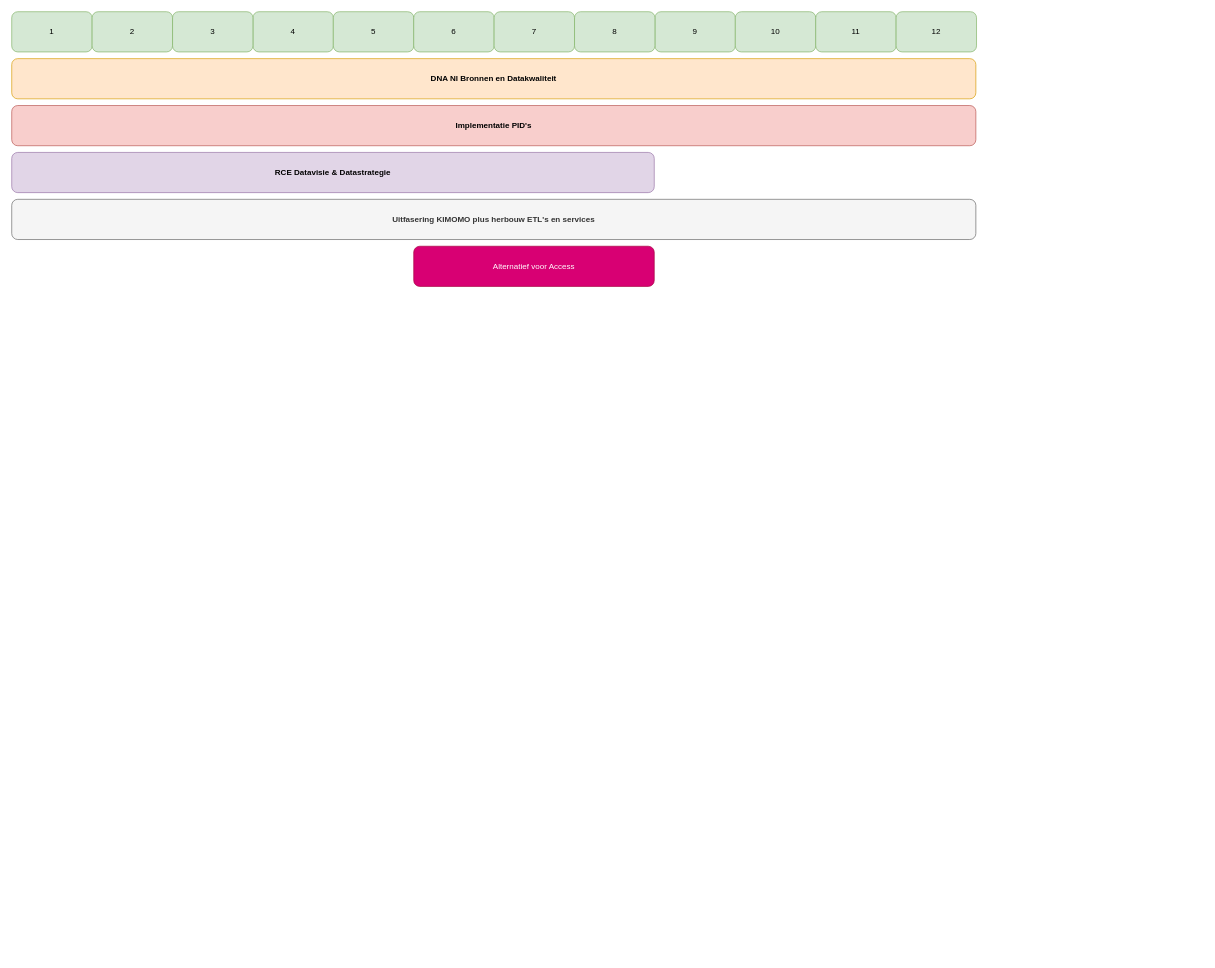
Earlier version of the draw.io diagram schema2026.drawio (cultureelerfgoed/DNA_NL). Source tidied: cells renumbered, new cells numbered last; positions are measured from the earlier drawing's top-left corner, leaving out a move shared by most shapes. Both pictures are drawn from the tidied source at 67%, with x=0, y=0 at pixel (11, 11).
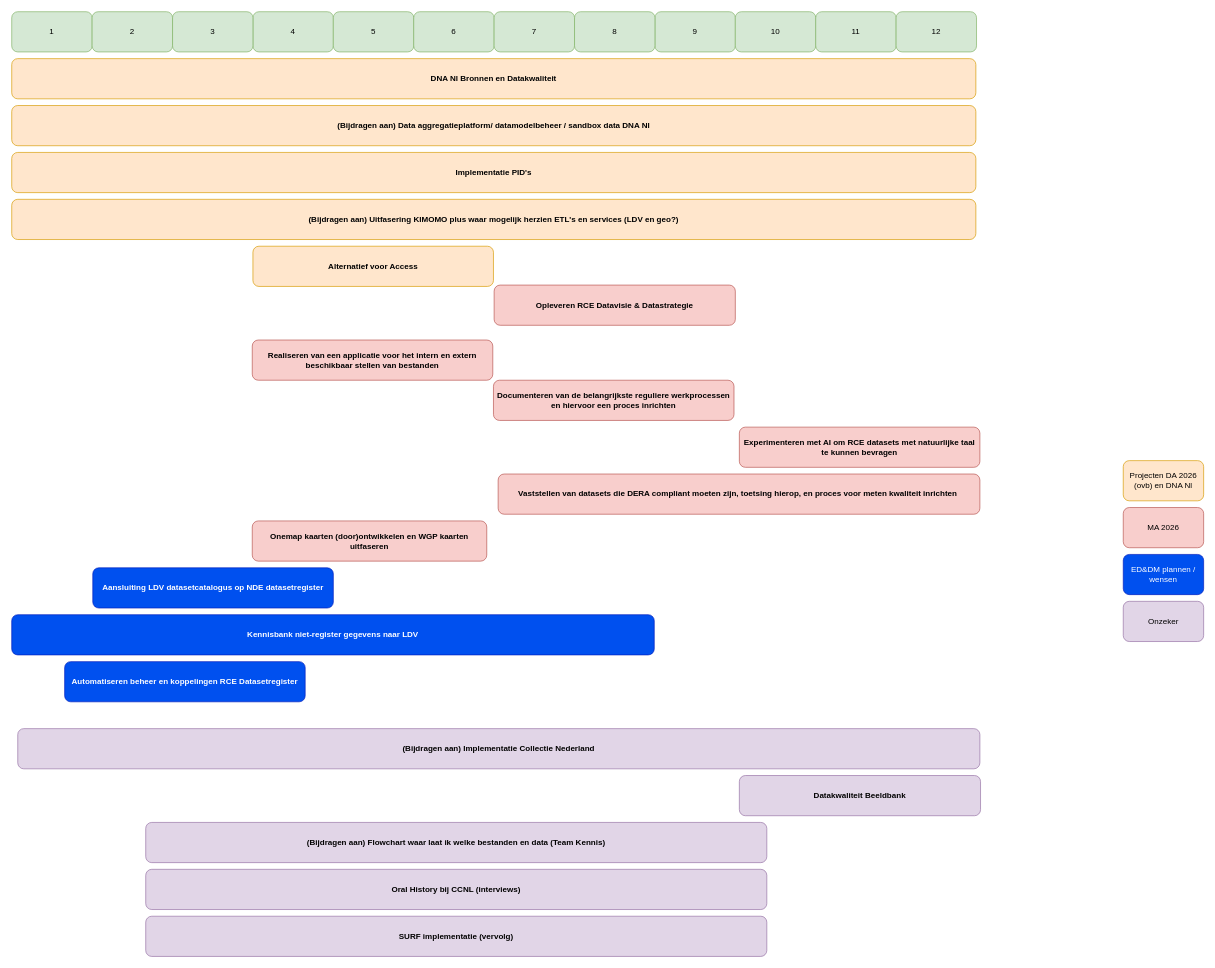
After the change.

The edit, as a diff of the source:
```diff
@@
-    <mxCell id="15" value="&lt;b&gt;Implementatie PID's&lt;/b&gt;" style="rounded=1;whiteSpace=wrap;html=1;fillColor=#f8cecc;strokeColor=#b85450;" parent="1" vertex="1">
-      <mxGeometry y="140" width="1439" height="60" as="geometry" />
+    <mxCell id="15" value="&lt;b&gt;Implementatie PID's&lt;/b&gt;" style="rounded=1;whiteSpace=wrap;html=1;fillColor=#ffe6cc;strokeColor=#d79b00;" parent="1" vertex="1">
+      <mxGeometry y="210" width="1439" height="60" as="geometry" />
     </mxCell>
-    <mxCell id="16" value="&lt;b&gt;RCE Datavisie &amp;amp; Datastrategie&lt;/b&gt;" style="rounded=1;whiteSpace=wrap;html=1;fillColor=#e1d5e7;strokeColor=#9673a6;" parent="1" vertex="1">
-      <mxGeometry y="210" width="959" height="60" as="geometry" />
+    <mxCell id="16" value="&lt;b&gt;Opleveren RCE Datavisie &amp;amp; Datastrategie&lt;/b&gt;" style="rounded=1;whiteSpace=wrap;html=1;fillColor=#f8cecc;strokeColor=#b85450;" parent="1" vertex="1">
+      <mxGeometry x="720" y="408" width="360" height="60" as="geometry" />
     </mxCell>
-    <mxCell id="17" value="&lt;b&gt;Uitfasering KIMOMO plus herbouw ETL's en services&lt;/b&gt;" style="rounded=1;whiteSpace=wrap;html=1;fillColor=#f5f5f5;strokeColor=#666666;fontColor=#333333;" parent="1" vertex="1">
+    <mxCell id="17" value="&lt;b&gt;(Bijdragen aan) Uitfasering KIMOMO plus waar mogelijk herzien ETL's en services (LDV en geo?)&lt;/b&gt;" style="rounded=1;whiteSpace=wrap;html=1;fillColor=#ffe6cc;strokeColor=#d79b00;" parent="1" vertex="1">
       <mxGeometry y="280" width="1439" height="60" as="geometry" />
     </mxCell>
-    <mxCell id="18" value="Alternatief voor Access" style="rounded=1;whiteSpace=wrap;html=1;fillColor=#d80073;fontColor=#ffffff;strokeColor=#A50040;" parent="1" vertex="1">
-      <mxGeometry x="600" y="350" width="359" height="60" as="geometry" />
+    <mxCell id="18" value="Alternatief voor Access" style="rounded=1;whiteSpace=wrap;html=1;fillColor=#ffe6cc;strokeColor=#d79b00;fontStyle=1;" parent="1" vertex="1">
+      <mxGeometry x="360" y="350" width="359" height="60" as="geometry" />
     </mxCell>
+    <mxCell id="19" value="&lt;b&gt;(Bijdragen aan) Implementatie Collectie Nederland&lt;/b&gt;" style="rounded=1;whiteSpace=wrap;html=1;fillColor=#e1d5e7;strokeColor=#9673a6;" parent="1" vertex="1">
+      <mxGeometry x="9" y="1070" width="1436" height="60" as="geometry" />
+    </mxCell>
+    <mxCell id="20" value="Onzeker" style="rounded=1;whiteSpace=wrap;html=1;fillColor=#e1d5e7;strokeColor=#9673a6;" parent="1" vertex="1">
+      <mxGeometry x="1659" y="880" width="120" height="60" as="geometry" />
+    </mxCell>
+    <mxCell id="21" value="&lt;b&gt;(Bijdragen aan) Data aggregatieplatform/ datamodelbeheer / sandbox data DNA Nl&lt;/b&gt;" style="rounded=1;whiteSpace=wrap;html=1;fillColor=#ffe6cc;strokeColor=#d79b00;" parent="1" vertex="1">
+      <mxGeometry y="140" width="1439" height="60" as="geometry" />
+    </mxCell>
+    <mxCell id="22" value="&lt;b&gt;Datakwaliteit Beeldbank&lt;/b&gt;" style="rounded=1;whiteSpace=wrap;html=1;fillColor=#e1d5e7;strokeColor=#9673a6;" parent="1" vertex="1">
+      <mxGeometry x="1086" y="1140" width="360" height="60" as="geometry" />
+    </mxCell>
+    <mxCell id="23" value="Projecten DA 2026 (ovb) en DNA Nl" style="rounded=1;whiteSpace=wrap;html=1;fillColor=#ffe6cc;strokeColor=#d79b00;" parent="1" vertex="1">
+      <mxGeometry x="1659" y="670" width="120" height="60" as="geometry" />
+    </mxCell>
+    <mxCell id="24" value="MA 2026" style="rounded=1;whiteSpace=wrap;html=1;fillColor=#f8cecc;strokeColor=#b85450;" parent="1" vertex="1">
+      <mxGeometry x="1659" y="740" width="120" height="60" as="geometry" />
+    </mxCell>
+    <mxCell id="25" value="&lt;b&gt;Kennisbank niet-register gegevens naar LDV&lt;/b&gt;" style="rounded=1;whiteSpace=wrap;html=1;fillColor=#0050ef;strokeColor=#001DBC;fontColor=#ffffff;" parent="1" vertex="1">
+      <mxGeometry y="900" width="959" height="60" as="geometry" />
+    </mxCell>
+    <mxCell id="26" value="&lt;b&gt;Realiseren van een applicatie voor het intern en extern beschikbaar stellen van bestanden&lt;/b&gt;" style="rounded=1;whiteSpace=wrap;html=1;fillColor=#f8cecc;strokeColor=#b85450;" parent="1" vertex="1">
+      <mxGeometry x="359" y="490" width="359" height="60" as="geometry" />
+    </mxCell>
+    <mxCell id="27" value="&lt;b&gt;Documenteren van de belangrijkste reguliere werkprocessen en hiervoor een proces inrichten&lt;/b&gt;" style="rounded=1;whiteSpace=wrap;html=1;fillColor=#f8cecc;strokeColor=#b85450;" parent="1" vertex="1">
+      <mxGeometry x="719" y="550" width="359" height="60" as="geometry" />
+    </mxCell>
+    <mxCell id="28" value="&lt;b&gt;Experimenteren met AI om RCE datasets met natuurlijke taal te kunnen bevragen&lt;/b&gt;" style="rounded=1;whiteSpace=wrap;html=1;fillColor=#f8cecc;strokeColor=#b85450;" parent="1" vertex="1">
+      <mxGeometry x="1086" y="620" width="359" height="60" as="geometry" />
+    </mxCell>
+    <mxCell id="29" value="&lt;b&gt;Vaststellen van datasets die DERA compliant moeten zijn, toetsing hierop, en proces voor meten kwaliteit inrichten&amp;nbsp;&lt;/b&gt;" style="rounded=1;whiteSpace=wrap;html=1;fillColor=#f8cecc;strokeColor=#b85450;" parent="1" vertex="1">
+      <mxGeometry x="726" y="690" width="719" height="60" as="geometry" />
+    </mxCell>
+    <mxCell id="30" value="&lt;b&gt;Onemap kaarten (door)ontwikkelen en WGP kaarten uitfaseren&lt;/b&gt;" style="rounded=1;whiteSpace=wrap;html=1;fillColor=#f8cecc;strokeColor=#b85450;" parent="1" vertex="1">
+      <mxGeometry x="359" y="760" width="350" height="60" as="geometry" />
+    </mxCell>
+    <mxCell id="31" value="&lt;b&gt;Aansluiting LDV datasetcatalogus op NDE datasetregister&lt;/b&gt;" style="rounded=1;whiteSpace=wrap;html=1;fillColor=#0050ef;strokeColor=#001DBC;fontColor=#ffffff;" parent="1" vertex="1">
+      <mxGeometry x="121" y="830" width="359" height="60" as="geometry" />
+    </mxCell>
+    <mxCell id="32" value="ED&amp;amp;DM plannen / wensen" style="rounded=1;whiteSpace=wrap;html=1;fillColor=#0050ef;strokeColor=#001DBC;fontColor=#ffffff;" parent="1" vertex="1">
+      <mxGeometry x="1659" y="810" width="120" height="60" as="geometry" />
+    </mxCell>
+    <mxCell id="33" value="&lt;b&gt;Automatiseren beheer en koppelingen RCE Datasetregister&lt;/b&gt;" style="rounded=1;whiteSpace=wrap;html=1;fillColor=#0050ef;strokeColor=#001DBC;fontColor=#ffffff;" parent="1" vertex="1">
+      <mxGeometry x="79" y="970" width="359" height="60" as="geometry" />
+    </mxCell>
+    <mxCell id="34" value="&lt;b&gt;(Bijdragen aan) Flowchart waar laat ik welke bestanden en data (Team Kennis)&lt;/b&gt;" style="rounded=1;whiteSpace=wrap;html=1;fillColor=#e1d5e7;strokeColor=#9673a6;" parent="1" vertex="1">
+      <mxGeometry x="200" y="1210" width="927" height="60" as="geometry" />
+    </mxCell>
+    <mxCell id="35" value="&lt;b&gt;Oral History bij CCNL (interviews)&lt;/b&gt;" style="rounded=1;whiteSpace=wrap;html=1;fillColor=#e1d5e7;strokeColor=#9673a6;" parent="1" vertex="1">
+      <mxGeometry x="200" y="1280" width="927" height="60" as="geometry" />
+    </mxCell>
+    <mxCell id="36" value="&lt;b&gt;SURF implementatie (vervolg)&lt;/b&gt;" style="rounded=1;whiteSpace=wrap;html=1;fillColor=#e1d5e7;strokeColor=#9673a6;" parent="1" vertex="1">
+      <mxGeometry x="200" y="1350" width="927" height="60" as="geometry" />
+    </mxCell>
```
